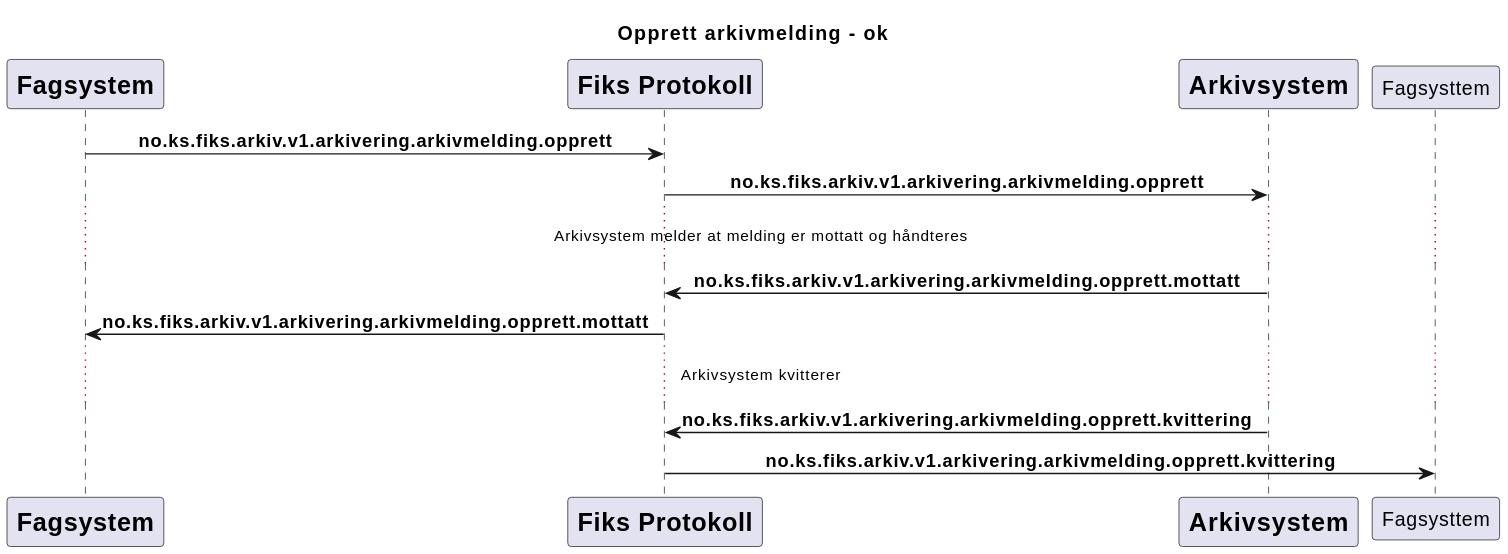
This is Dokumentasjon/V1/Meldinger/no.ks.fiks.arkiv.v1.arkivering.arkivmelding.opprett/arkivmelding-opprett-ok.svg from ks-no/fiks-arkiv-specification, a PlantUML export, as it was before one commit.
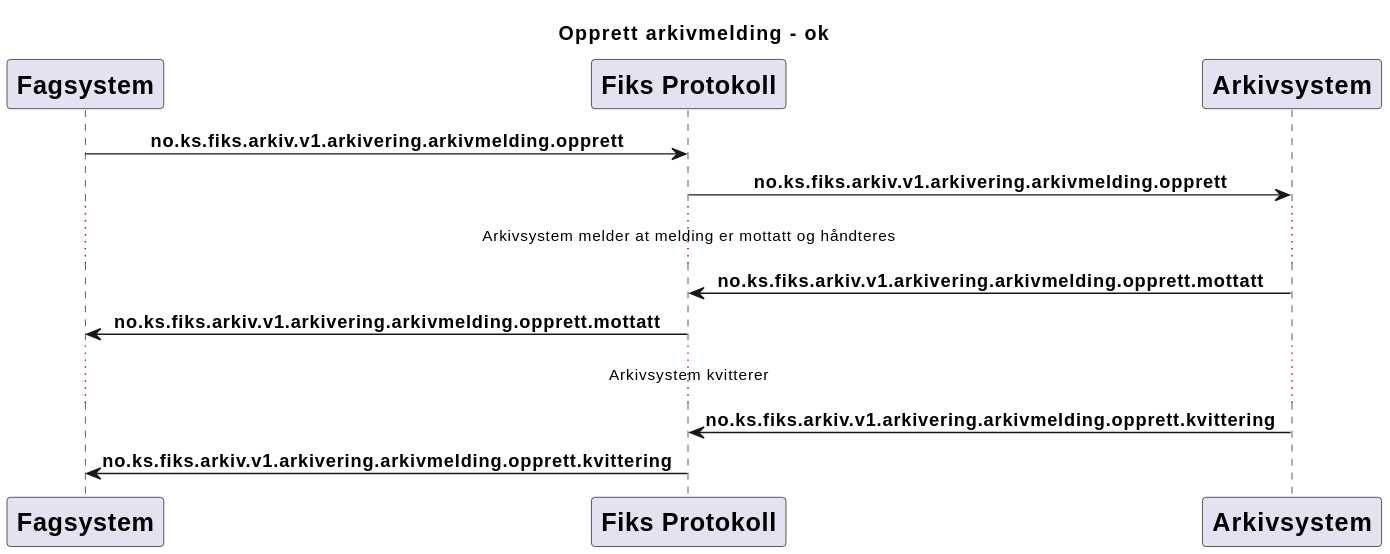
After the commit.

What changed in the source:
```diff
@@ -20,5 +20,5 @@
 FiksProtokoll -> Fagsystem : **no.ks.fiks.arkiv.v1.arkivering.arkivmelding.opprett.mottatt**
 ...Arkivsystem kvitterer...
 Arkivsystem -> FiksProtokoll : **no.ks.fiks.arkiv.v1.arkivering.arkivmelding.opprett.kvittering**
-FiksProtokoll -> Fagsysttem : **no.ks.fiks.arkiv.v1.arkivering.arkivmelding.opprett.kvittering**
+FiksProtokoll -> Fagsystem : **no.ks.fiks.arkiv.v1.arkivering.arkivmelding.opprett.kvittering**
 @enduml
```
